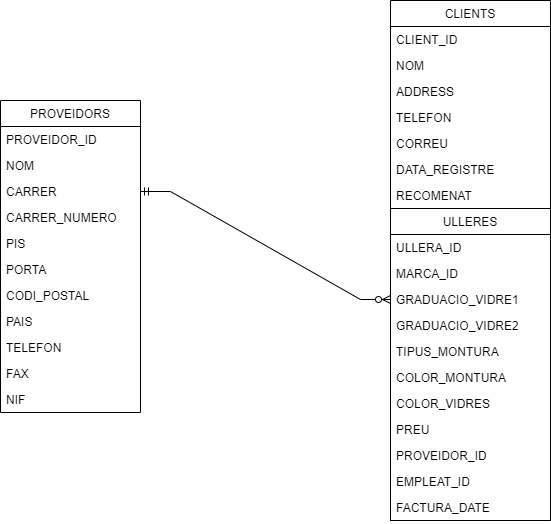
The draw.io diagram Estructura de dades - MongoDB/design2/optica/optica.mongodb.drawio.png in oscarvargas4/itacademy-sprint2-datastructure, before a commit. Source tidied: cells renumbered, new cells last; positions are measured from the earlier drawing's top-left corner, leaving out a move shared by most shapes. The source it was exported from:
```xml
<mxGraphModel>
  <root>
    <mxCell id="0" />
    <mxCell id="1" parent="0" />
    <mxCell id="2" value="PROVEIDORS" style="swimlane;fontStyle=0;horizontal=1;startSize=26;fillColor=none;" parent="1" vertex="1">
      <mxGeometry y="100" width="140" height="312" as="geometry" />
    </mxCell>
    <mxCell id="3" value="PROVEIDOR_ID" style="text;strokeColor=none;fillColor=none;align=left;verticalAlign=top;spacingLeft=4;spacingRight=4;overflow=hidden;" parent="2" vertex="1">
      <mxGeometry y="26" width="140" height="26" as="geometry" />
    </mxCell>
    <mxCell id="4" value="NOM" style="text;strokeColor=none;fillColor=none;align=left;verticalAlign=top;spacingLeft=4;spacingRight=4;overflow=hidden;" parent="2" vertex="1">
      <mxGeometry y="52" width="140" height="26" as="geometry" />
    </mxCell>
    <mxCell id="5" value="CARRER" style="text;strokeColor=none;fillColor=none;align=left;verticalAlign=top;spacingLeft=4;spacingRight=4;overflow=hidden;points=[[0,0.5],[1,0.5]];portConstraint=eastwest;" parent="2" vertex="1">
      <mxGeometry y="78" width="140" height="26" as="geometry" />
    </mxCell>
    <mxCell id="6" value="CARRER_NUMERO" style="text;strokeColor=none;fillColor=none;align=left;verticalAlign=top;spacingLeft=4;spacingRight=4;overflow=hidden;" parent="2" vertex="1">
      <mxGeometry y="104" width="140" height="26" as="geometry" />
    </mxCell>
    <mxCell id="7" value="PIS" style="text;strokeColor=none;fillColor=none;align=left;verticalAlign=top;spacingLeft=4;spacingRight=4;overflow=hidden;" parent="2" vertex="1">
      <mxGeometry y="130" width="140" height="26" as="geometry" />
    </mxCell>
    <mxCell id="8" value="PORTA" style="text;strokeColor=none;fillColor=none;align=left;verticalAlign=top;spacingLeft=4;spacingRight=4;overflow=hidden;" parent="2" vertex="1">
      <mxGeometry y="156" width="140" height="26" as="geometry" />
    </mxCell>
    <mxCell id="9" value="CODI_POSTAL" style="text;strokeColor=none;fillColor=none;align=left;verticalAlign=top;spacingLeft=4;spacingRight=4;overflow=hidden;" parent="2" vertex="1">
      <mxGeometry y="182" width="140" height="26" as="geometry" />
    </mxCell>
    <mxCell id="10" value="PAIS" style="text;strokeColor=none;fillColor=none;align=left;verticalAlign=top;spacingLeft=4;spacingRight=4;overflow=hidden;" parent="2" vertex="1">
      <mxGeometry y="208" width="140" height="26" as="geometry" />
    </mxCell>
    <mxCell id="11" value="TELEFON" style="text;strokeColor=none;fillColor=none;align=left;verticalAlign=top;spacingLeft=4;spacingRight=4;overflow=hidden;" parent="2" vertex="1">
      <mxGeometry y="234" width="140" height="26" as="geometry" />
    </mxCell>
    <mxCell id="12" value="FAX" style="text;strokeColor=none;fillColor=none;align=left;verticalAlign=top;spacingLeft=4;spacingRight=4;overflow=hidden;" parent="2" vertex="1">
      <mxGeometry y="260" width="140" height="26" as="geometry" />
    </mxCell>
    <mxCell id="13" value="NIF" style="text;strokeColor=none;fillColor=none;align=left;verticalAlign=top;spacingLeft=4;spacingRight=4;overflow=hidden;" parent="2" vertex="1">
      <mxGeometry y="286" width="140" height="26" as="geometry" />
    </mxCell>
    <mxCell id="14" value="CLIENTS" style="swimlane;fontStyle=0;horizontal=1;startSize=26;fillColor=none;" parent="1" vertex="1">
      <mxGeometry x="390" width="160" height="520" as="geometry" />
    </mxCell>
    <mxCell id="15" value="CLIENT_ID" style="text;strokeColor=none;fillColor=none;align=left;verticalAlign=top;spacingLeft=4;spacingRight=4;overflow=hidden;" parent="14" vertex="1">
      <mxGeometry y="26" width="160" height="26" as="geometry" />
    </mxCell>
    <mxCell id="16" value="NOM" style="text;strokeColor=none;fillColor=none;align=left;verticalAlign=top;spacingLeft=4;spacingRight=4;overflow=hidden;" parent="14" vertex="1">
      <mxGeometry y="52" width="160" height="26" as="geometry" />
    </mxCell>
    <mxCell id="17" value="ADDRESS" style="text;strokeColor=none;fillColor=none;align=left;verticalAlign=top;spacingLeft=4;spacingRight=4;overflow=hidden;" parent="14" vertex="1">
      <mxGeometry y="78" width="160" height="26" as="geometry" />
    </mxCell>
    <mxCell id="18" value="TELEFON" style="text;strokeColor=none;fillColor=none;align=left;verticalAlign=top;spacingLeft=4;spacingRight=4;overflow=hidden;" parent="14" vertex="1">
      <mxGeometry y="104" width="160" height="26" as="geometry" />
    </mxCell>
    <mxCell id="19" value="CORREU" style="text;strokeColor=none;fillColor=none;align=left;verticalAlign=top;spacingLeft=4;spacingRight=4;overflow=hidden;" parent="14" vertex="1">
      <mxGeometry y="130" width="160" height="26" as="geometry" />
    </mxCell>
    <mxCell id="20" value="DATA_REGISTRE" style="text;strokeColor=none;fillColor=none;align=left;verticalAlign=top;spacingLeft=4;spacingRight=4;overflow=hidden;" parent="14" vertex="1">
      <mxGeometry y="156" width="160" height="26" as="geometry" />
    </mxCell>
    <mxCell id="21" value="RECOMENAT" style="text;strokeColor=none;fillColor=none;align=left;verticalAlign=top;spacingLeft=4;spacingRight=4;overflow=hidden;" parent="14" vertex="1">
      <mxGeometry y="182" width="160" height="26" as="geometry" />
    </mxCell>
    <mxCell id="22" value="ULLERES" style="swimlane;fontStyle=0;horizontal=1;startSize=26;fillColor=none;" parent="14" vertex="1">
      <mxGeometry y="208" width="160" height="312" as="geometry" />
    </mxCell>
    <mxCell id="23" value="ULLERA_ID" style="text;strokeColor=none;fillColor=none;align=left;verticalAlign=top;spacingLeft=4;spacingRight=4;overflow=hidden;" parent="22" vertex="1">
      <mxGeometry y="26" width="160" height="26" as="geometry" />
    </mxCell>
    <mxCell id="24" value="MARCA_ID" style="text;strokeColor=none;fillColor=none;align=left;verticalAlign=top;spacingLeft=4;spacingRight=4;overflow=hidden;" parent="22" vertex="1">
      <mxGeometry y="52" width="160" height="26" as="geometry" />
    </mxCell>
    <mxCell id="25" value="GRADUACIO_VIDRE1" style="text;strokeColor=none;fillColor=none;align=left;verticalAlign=top;spacingLeft=4;spacingRight=4;overflow=hidden;points=[[0,0.5],[1,0.5]];portConstraint=eastwest;" parent="22" vertex="1">
      <mxGeometry y="78" width="160" height="26" as="geometry" />
    </mxCell>
    <mxCell id="26" value="GRADUACIO_VIDRE2" style="text;strokeColor=none;fillColor=none;align=left;verticalAlign=top;spacingLeft=4;spacingRight=4;overflow=hidden;" parent="22" vertex="1">
      <mxGeometry y="104" width="160" height="26" as="geometry" />
    </mxCell>
    <mxCell id="27" value="TIPUS_MONTURA" style="text;strokeColor=none;fillColor=none;align=left;verticalAlign=top;spacingLeft=4;spacingRight=4;overflow=hidden;" parent="22" vertex="1">
      <mxGeometry y="130" width="160" height="26" as="geometry" />
    </mxCell>
    <mxCell id="28" value="COLOR_MONTURA" style="text;strokeColor=none;fillColor=none;align=left;verticalAlign=top;spacingLeft=4;spacingRight=4;overflow=hidden;" parent="22" vertex="1">
      <mxGeometry y="156" width="160" height="26" as="geometry" />
    </mxCell>
    <mxCell id="29" value="COLOR_VIDRES" style="text;strokeColor=none;fillColor=none;align=left;verticalAlign=top;spacingLeft=4;spacingRight=4;overflow=hidden;" parent="22" vertex="1">
      <mxGeometry y="182" width="160" height="26" as="geometry" />
    </mxCell>
    <mxCell id="30" value="PREU" style="text;strokeColor=none;fillColor=none;align=left;verticalAlign=top;spacingLeft=4;spacingRight=4;overflow=hidden;" parent="22" vertex="1">
      <mxGeometry y="208" width="160" height="26" as="geometry" />
    </mxCell>
    <mxCell id="31" value="PROVEIDOR_ID" style="text;strokeColor=none;fillColor=none;align=left;verticalAlign=top;spacingLeft=4;spacingRight=4;overflow=hidden;" parent="22" vertex="1">
      <mxGeometry y="234" width="160" height="26" as="geometry" />
    </mxCell>
    <mxCell id="32" value="EMPLEAT_ID" style="text;strokeColor=none;fillColor=none;align=left;verticalAlign=top;spacingLeft=4;spacingRight=4;overflow=hidden;" parent="22" vertex="1">
      <mxGeometry y="260" width="160" height="26" as="geometry" />
    </mxCell>
    <mxCell id="33" value="FACTURA_DATE" style="text;strokeColor=none;fillColor=none;align=left;verticalAlign=top;spacingLeft=4;spacingRight=4;overflow=hidden;" parent="22" vertex="1">
      <mxGeometry y="286" width="160" height="26" as="geometry" />
    </mxCell>
    <mxCell id="34" style="edgeStyle=entityRelationEdgeStyle;fontSize=12;html=1;endArrow=ERzeroToMany;startArrow=ERmandOne;rounded=0;entryX=0;entryY=0.5;entryDx=0;entryDy=0;exitX=1;exitY=0.5;exitDx=0;exitDy=0;" parent="1" edge="1" source="5" target="25">
      <mxGeometry relative="1" as="geometry" />
    </mxCell>
  </root>
</mxGraphModel>
```
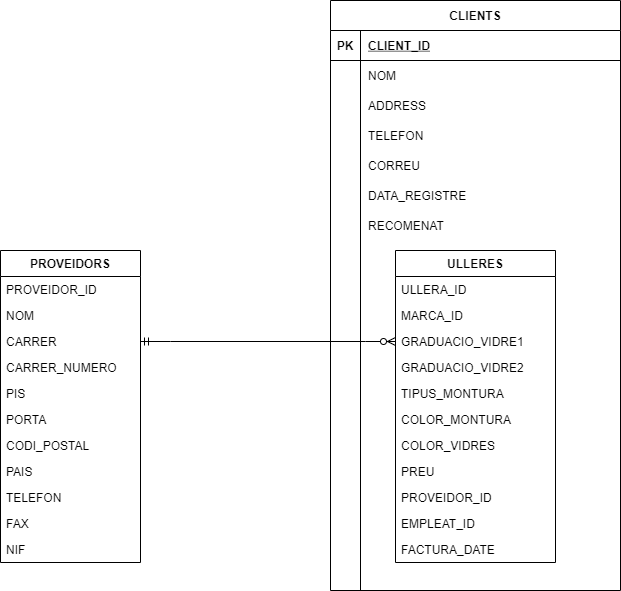
After the change.

Change to the diagram source:
```diff
@@ -2,8 +2,8 @@
   <root>
     <mxCell id="0" />
     <mxCell id="1" parent="0" />
-    <mxCell id="2" value="PROVEIDORS" style="swimlane;fontStyle=0;horizontal=1;startSize=26;fillColor=none;" parent="1" vertex="1">
-      <mxGeometry y="100" width="140" height="312" as="geometry" />
+    <mxCell id="2" value="PROVEIDORS" style="swimlane;fontStyle=1;horizontal=1;startSize=26;fillColor=none;" parent="1" vertex="1">
+      <mxGeometry x="30" y="80" width="140" height="312" as="geometry" />
     </mxCell>
     <mxCell id="3" value="PROVEIDOR_ID" style="text;strokeColor=none;fillColor=none;align=left;verticalAlign=top;spacingLeft=4;spacingRight=4;overflow=hidden;" parent="2" vertex="1">
       <mxGeometry y="26" width="140" height="26" as="geometry" />
@@ -38,32 +38,77 @@
     <mxCell id="13" value="NIF" style="text;strokeColor=none;fillColor=none;align=left;verticalAlign=top;spacingLeft=4;spacingRight=4;overflow=hidden;" parent="2" vertex="1">
       <mxGeometry y="286" width="140" height="26" as="geometry" />
     </mxCell>
+    <mxCell id="34" style="edgeStyle=entityRelationEdgeStyle;fontSize=12;html=1;endArrow=ERzeroToMany;startArrow=ERmandOne;rounded=0;entryX=0;entryY=0.5;entryDx=0;entryDy=0;exitX=1;exitY=0.5;exitDx=0;exitDy=0;" parent="1" edge="1" source="5" target="25">
+      <mxGeometry relative="1" as="geometry" />
+    </mxCell>
-    <mxCell id="14" value="CLIENTS" style="swimlane;fontStyle=0;horizontal=1;startSize=26;fillColor=none;" parent="1" vertex="1">
-      <mxGeometry x="390" width="160" height="520" as="geometry" />
+    <mxCell id="14" value="CLIENTS" style="shape=table;startSize=30;rowLines=0;fontStyle=1;align=center;" parent="1" vertex="1">
+      <mxGeometry x="360" y="-170" width="290" height="590" as="geometry" />
     </mxCell>
+    <mxCell id="35" style="shape=partialRectangle;fillColor=none;top=0;left=0;bottom=1;right=0;" parent="14" vertex="1">
+      <mxGeometry y="30" width="290" height="30" as="geometry" />
+    </mxCell>
+    <mxCell id="36" value="PK" style="shape=partialRectangle;fillColor=none;top=0;left=0;bottom=0;right=0;fontStyle=1;overflow=hidden;" parent="35" vertex="1">
+      <mxGeometry width="30" height="30" as="geometry" />
+    </mxCell>
-    <mxCell id="15" value="CLIENT_ID" style="text;strokeColor=none;fillColor=none;align=left;verticalAlign=top;spacingLeft=4;spacingRight=4;overflow=hidden;" parent="14" vertex="1">
-      <mxGeometry y="26" width="160" height="26" as="geometry" />
+    <mxCell id="15" value="CLIENT_ID" style="shape=partialRectangle;fillColor=none;top=0;left=0;bottom=0;right=0;align=left;spacingLeft=6;fontStyle=5;overflow=hidden;" parent="35" vertex="1">
+      <mxGeometry x="30" width="260" height="30" as="geometry" />
     </mxCell>
+    <mxCell id="37" style="shape=partialRectangle;fillColor=none;top=0;left=0;bottom=0;right=0;" parent="14" vertex="1">
+      <mxGeometry y="60" width="290" height="30" as="geometry" />
+    </mxCell>
+    <mxCell id="38" style="shape=partialRectangle;fillColor=none;top=0;left=0;bottom=0;right=0;overflow=hidden;" parent="37" vertex="1">
+      <mxGeometry width="30" height="30" as="geometry" />
+    </mxCell>
-    <mxCell id="16" value="NOM" style="text;strokeColor=none;fillColor=none;align=left;verticalAlign=top;spacingLeft=4;spacingRight=4;overflow=hidden;" parent="14" vertex="1">
-      <mxGeometry y="52" width="160" height="26" as="geometry" />
+    <mxCell id="16" value="NOM" style="shape=partialRectangle;fillColor=none;top=0;left=0;bottom=0;right=0;align=left;spacingLeft=6;overflow=hidden;" parent="37" vertex="1">
+      <mxGeometry x="30" width="260" height="30" as="geometry" />
     </mxCell>
+    <mxCell id="39" style="shape=partialRectangle;fillColor=none;top=0;left=0;bottom=0;right=0;" parent="14" vertex="1">
+      <mxGeometry y="90" width="290" height="30" as="geometry" />
+    </mxCell>
+    <mxCell id="40" style="shape=partialRectangle;fillColor=none;top=0;left=0;bottom=0;right=0;overflow=hidden;" parent="39" vertex="1">
+      <mxGeometry width="30" height="30" as="geometry" />
+    </mxCell>
-    <mxCell id="17" value="ADDRESS" style="text;strokeColor=none;fillColor=none;align=left;verticalAlign=top;spacingLeft=4;spacingRight=4;overflow=hidden;" parent="14" vertex="1">
-      <mxGeometry y="78" width="160" height="26" as="geometry" />
+    <mxCell id="17" value="ADDRESS" style="shape=partialRectangle;fillColor=none;top=0;left=0;bottom=0;right=0;align=left;spacingLeft=6;overflow=hidden;" parent="39" vertex="1">
+      <mxGeometry x="30" width="260" height="30" as="geometry" />
     </mxCell>
+    <mxCell id="41" style="shape=partialRectangle;fillColor=none;top=0;left=0;bottom=0;right=0;" parent="14" vertex="1">
+      <mxGeometry y="120" width="290" height="30" as="geometry" />
+    </mxCell>
+    <mxCell id="42" style="shape=partialRectangle;fillColor=none;top=0;left=0;bottom=0;right=0;overflow=hidden;" parent="41" vertex="1">
+      <mxGeometry width="30" height="30" as="geometry" />
+    </mxCell>
-    <mxCell id="18" value="TELEFON" style="text;strokeColor=none;fillColor=none;align=left;verticalAlign=top;spacingLeft=4;spacingRight=4;overflow=hidden;" parent="14" vertex="1">
-      <mxGeometry y="104" width="160" height="26" as="geometry" />
+    <mxCell id="18" value="TELEFON" style="shape=partialRectangle;fillColor=none;top=0;left=0;bottom=0;right=0;align=left;spacingLeft=6;overflow=hidden;" parent="41" vertex="1">
+      <mxGeometry x="30" width="260" height="30" as="geometry" />
     </mxCell>
+    <mxCell id="43" style="shape=partialRectangle;fillColor=none;top=0;left=0;bottom=0;right=0;" parent="14" vertex="1">
+      <mxGeometry y="150" width="290" height="30" as="geometry" />
+    </mxCell>
+    <mxCell id="44" style="shape=partialRectangle;fillColor=none;top=0;left=0;bottom=0;right=0;overflow=hidden;" parent="43" vertex="1">
+      <mxGeometry width="30" height="30" as="geometry" />
+    </mxCell>
-    <mxCell id="19" value="CORREU" style="text;strokeColor=none;fillColor=none;align=left;verticalAlign=top;spacingLeft=4;spacingRight=4;overflow=hidden;" parent="14" vertex="1">
-      <mxGeometry y="130" width="160" height="26" as="geometry" />
+    <mxCell id="19" value="CORREU" style="shape=partialRectangle;fillColor=none;top=0;left=0;bottom=0;right=0;align=left;spacingLeft=6;overflow=hidden;" parent="43" vertex="1">
+      <mxGeometry x="30" width="260" height="30" as="geometry" />
     </mxCell>
+    <mxCell id="45" style="shape=partialRectangle;fillColor=none;top=0;left=0;bottom=0;right=0;" parent="14" vertex="1">
+      <mxGeometry y="180" width="290" height="30" as="geometry" />
+    </mxCell>
+    <mxCell id="46" style="shape=partialRectangle;fillColor=none;top=0;left=0;bottom=0;right=0;overflow=hidden;" parent="45" vertex="1">
+      <mxGeometry width="30" height="30" as="geometry" />
+    </mxCell>
-    <mxCell id="20" value="DATA_REGISTRE" style="text;strokeColor=none;fillColor=none;align=left;verticalAlign=top;spacingLeft=4;spacingRight=4;overflow=hidden;" parent="14" vertex="1">
-      <mxGeometry y="156" width="160" height="26" as="geometry" />
+    <mxCell id="20" value="DATA_REGISTRE" style="shape=partialRectangle;fillColor=none;top=0;left=0;bottom=0;right=0;align=left;spacingLeft=6;overflow=hidden;" parent="45" vertex="1">
+      <mxGeometry x="30" width="260" height="30" as="geometry" />
     </mxCell>
+    <mxCell id="47" style="shape=partialRectangle;fillColor=none;top=0;left=0;bottom=0;right=0;" parent="14" vertex="1">
+      <mxGeometry y="210" width="290" height="30" as="geometry" />
+    </mxCell>
+    <mxCell id="48" style="shape=partialRectangle;fillColor=none;top=0;left=0;bottom=0;right=0;overflow=hidden;" parent="47" vertex="1">
+      <mxGeometry width="30" height="30" as="geometry" />
+    </mxCell>
-    <mxCell id="21" value="RECOMENAT" style="text;strokeColor=none;fillColor=none;align=left;verticalAlign=top;spacingLeft=4;spacingRight=4;overflow=hidden;" parent="14" vertex="1">
-      <mxGeometry y="182" width="160" height="26" as="geometry" />
+    <mxCell id="21" value="RECOMENAT" style="shape=partialRectangle;fillColor=none;top=0;left=0;bottom=0;right=0;align=left;spacingLeft=6;overflow=hidden;" parent="47" vertex="1">
+      <mxGeometry x="30" width="260" height="30" as="geometry" />
     </mxCell>
-    <mxCell id="22" value="ULLERES" style="swimlane;fontStyle=0;horizontal=1;startSize=26;fillColor=none;" parent="14" vertex="1">
-      <mxGeometry y="208" width="160" height="312" as="geometry" />
+    <mxCell id="22" value="ULLERES" style="swimlane;fontStyle=1;horizontal=1;startSize=26;fillColor=none;" parent="1" vertex="1">
+      <mxGeometry x="425" y="80" width="160" height="312" as="geometry" />
     </mxCell>
     <mxCell id="23" value="ULLERA_ID" style="text;strokeColor=none;fillColor=none;align=left;verticalAlign=top;spacingLeft=4;spacingRight=4;overflow=hidden;" parent="22" vertex="1">
       <mxGeometry y="26" width="160" height="26" as="geometry" />
@@ -98,8 +143,5 @@
     <mxCell id="33" value="FACTURA_DATE" style="text;strokeColor=none;fillColor=none;align=left;verticalAlign=top;spacingLeft=4;spacingRight=4;overflow=hidden;" parent="22" vertex="1">
       <mxGeometry y="286" width="160" height="26" as="geometry" />
     </mxCell>
-    <mxCell id="34" style="edgeStyle=entityRelationEdgeStyle;fontSize=12;html=1;endArrow=ERzeroToMany;startArrow=ERmandOne;rounded=0;entryX=0;entryY=0.5;entryDx=0;entryDy=0;exitX=1;exitY=0.5;exitDx=0;exitDy=0;" parent="1" edge="1" source="5" target="25">
-      <mxGeometry relative="1" as="geometry" />
-    </mxCell>
   </root>
 </mxGraphModel>
```
